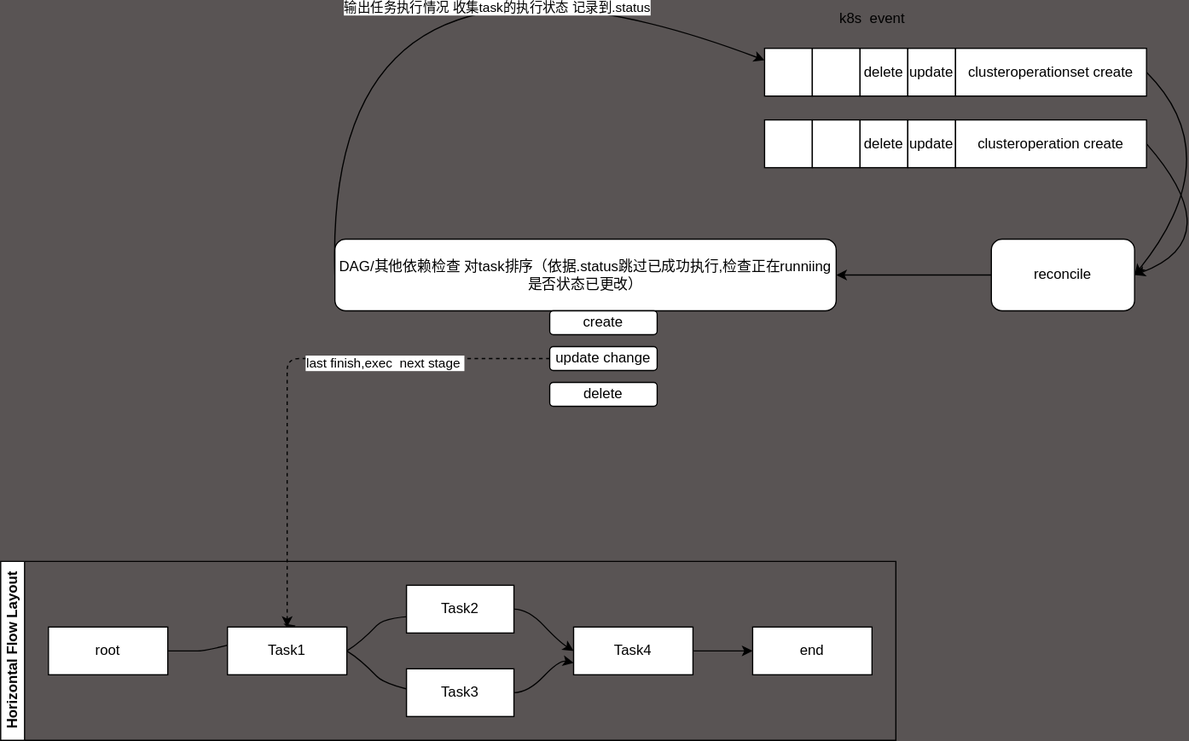
This is clusteroperationset.svg from Goend/booksite, a draw.io export, as it was before one commit. Source tidied: cells renumbered, new cells last; positions are measured from the earlier drawing's top-left corner, leaving out a move shared by most shapes.
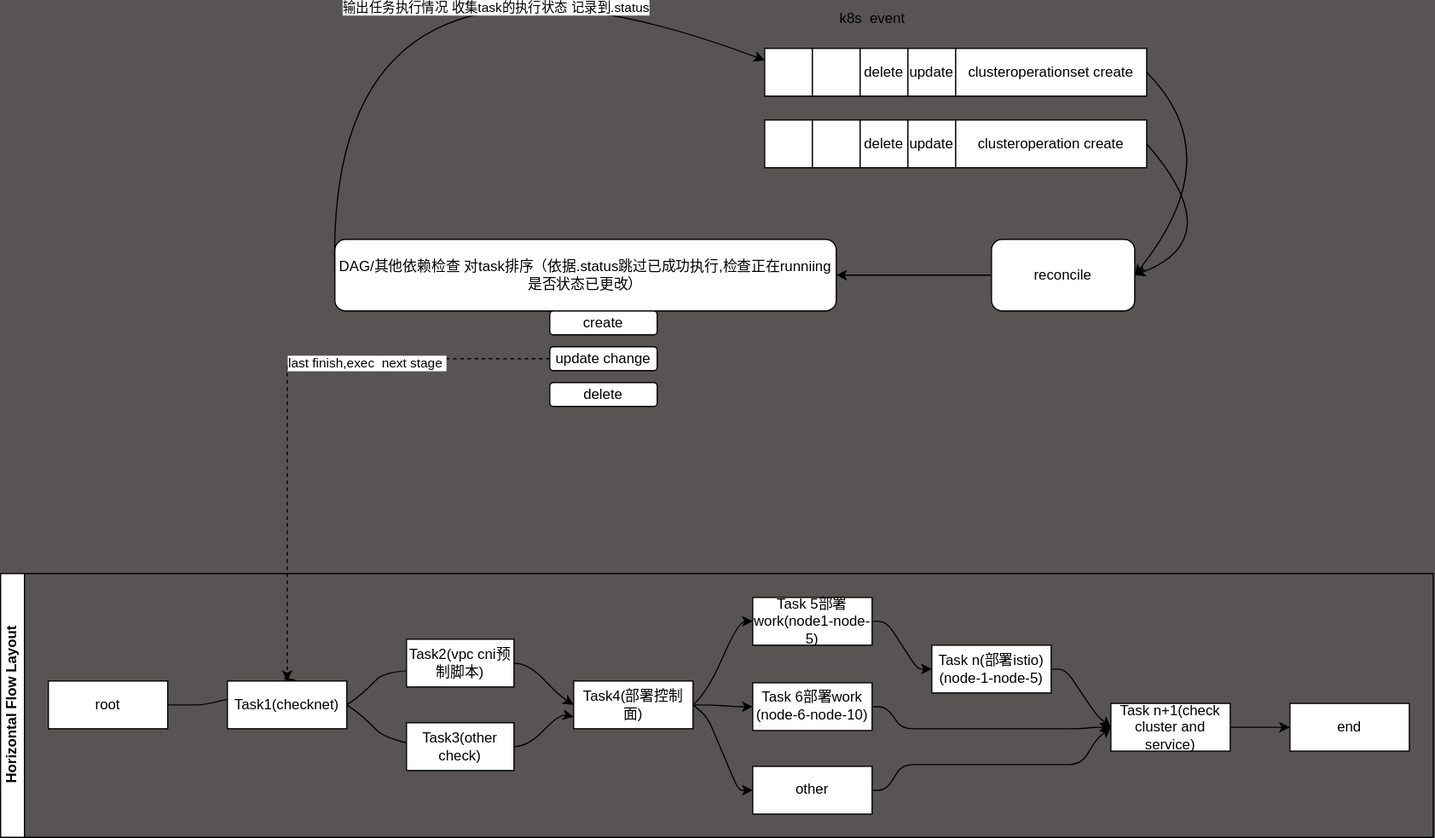
After the commit.

Commit message:
update clusteroperation design

The edit, as a diff of the source:
```diff
@@ -89,74 +89,149 @@
     <mxCell id="24" value="delete" style="rounded=1;whiteSpace=wrap;html=1;" parent="1" vertex="1">
       <mxGeometry x="460" y="410" width="90" height="20" as="geometry" />
     </mxCell>
-    <mxCell id="25" value="Horizontal Flow Layout" style="swimlane;html=1;startSize=20;horizontal=0;flowOrientation=west;interRankCellSpacing=50;containerType=tree;fontSize=12;" parent="1" vertex="1">
-      <mxGeometry y="560" width="750" height="150" as="geometry" />
+    <mxCell id="25" value="Horizontal Flow Layout" style="swimlane;html=1;startSize=20;horizontal=0;flowOrientation=west;interRankCellSpacing=50;containerType=tree;fontSize=12;rotation=0;" parent="1" vertex="1">
+      <mxGeometry y="570" width="1200" height="221" as="geometry" />
     </mxCell>
     <mxCell id="26" style="edgeStyle=none;curved=1;html=1;exitX=1;exitY=0.5;exitDx=0;exitDy=0;entryX=0.571;entryY=-0.032;entryDx=0;entryDy=0;entryPerimeter=0;noEdgeStyle=1;orthogonal=1;" parent="25" edge="1" source="27" target="30">
       <mxGeometry relative="1" as="geometry">
         <Array as="points">
-          <mxPoint x="152" y="75" />
-          <mxPoint x="178" y="75" />
+          <mxPoint x="152" y="110" />
+          <mxPoint x="178" y="110" />
         </Array>
       </mxGeometry>
     </mxCell>
     <mxCell id="27" value="root" style="whiteSpace=wrap;html=1;" parent="25" vertex="1">
-      <mxGeometry x="40" y="55" width="100" height="40" as="geometry" />
+      <mxGeometry x="40" y="90" width="100" height="40" as="geometry" />
     </mxCell>
     <mxCell id="28" style="edgeStyle=none;curved=1;html=1;exitX=1;exitY=0.5;exitDx=0;exitDy=0;entryX=1;entryY=0.75;entryDx=0;entryDy=0;noEdgeStyle=1;orthogonal=1;" parent="25" edge="1" source="30" target="32">
       <mxGeometry relative="1" as="geometry">
         <Array as="points">
-          <mxPoint x="302" y="67.5" />
-          <mxPoint x="328" y="40" />
+          <mxPoint x="302" y="102.5" />
+          <mxPoint x="328" y="75" />
         </Array>
       </mxGeometry>
     </mxCell>
     <mxCell id="29" style="edgeStyle=none;curved=1;html=1;exitX=1;exitY=0.5;exitDx=0;exitDy=0;entryX=1;entryY=0.75;entryDx=0;entryDy=0;noEdgeStyle=1;orthogonal=1;" parent="25" edge="1" source="30" target="34">
       <mxGeometry relative="1" as="geometry">
         <Array as="points">
-          <mxPoint x="302" y="82.5" />
-          <mxPoint x="328" y="110" />
+          <mxPoint x="302" y="117.5" />
+          <mxPoint x="328" y="145" />
         </Array>
       </mxGeometry>
     </mxCell>
-    <mxCell id="30" value="Task1" style="whiteSpace=wrap;html=1;" parent="25" vertex="1">
-      <mxGeometry x="190" y="55" width="100" height="40" as="geometry" />
+    <mxCell id="30" value="Task1(checknet)" style="whiteSpace=wrap;html=1;" parent="25" vertex="1">
+      <mxGeometry x="190" y="90" width="100" height="40" as="geometry" />
     </mxCell>
     <mxCell id="31" style="edgeStyle=none;curved=1;html=1;exitX=1;exitY=0.5;exitDx=0;exitDy=0;entryX=0;entryY=0.5;entryDx=0;entryDy=0;noEdgeStyle=1;orthogonal=1;" parent="25" edge="1" source="32" target="36">
       <mxGeometry relative="1" as="geometry">
         <Array as="points">
-          <mxPoint x="442" y="40" />
-          <mxPoint x="468" y="67.5" />
+          <mxPoint x="442" y="75" />
+          <mxPoint x="468" y="102.5" />
         </Array>
       </mxGeometry>
     </mxCell>
-    <mxCell id="32" value="Task2" style="whiteSpace=wrap;html=1;" parent="25" vertex="1">
-      <mxGeometry x="340" y="20" width="90" height="40" as="geometry" />
+    <mxCell id="32" value="Task2(vpc cni预制脚本)" style="whiteSpace=wrap;html=1;" parent="25" vertex="1">
+      <mxGeometry x="340" y="55" width="90" height="40" as="geometry" />
     </mxCell>
     <mxCell id="33" style="edgeStyle=none;curved=1;html=1;exitX=1;exitY=0.5;exitDx=0;exitDy=0;entryX=0;entryY=0.75;entryDx=0;entryDy=0;noEdgeStyle=1;orthogonal=1;" parent="25" edge="1" source="34" target="36">
       <mxGeometry relative="1" as="geometry">
         <Array as="points">
-          <mxPoint x="442" y="110" />
-          <mxPoint x="468" y="82.5" />
+          <mxPoint x="442" y="145" />
+          <mxPoint x="468" y="117.5" />
         </Array>
       </mxGeometry>
     </mxCell>
-    <mxCell id="34" value="Task3" style="whiteSpace=wrap;html=1;" parent="25" vertex="1">
-      <mxGeometry x="340" y="90" width="90" height="40" as="geometry" />
+    <mxCell id="34" value="Task3(other check)" style="whiteSpace=wrap;html=1;" parent="25" vertex="1">
+      <mxGeometry x="340" y="125" width="90" height="40" as="geometry" />
     </mxCell>
     <mxCell id="35" style="edgeStyle=none;curved=1;html=1;exitX=1;exitY=0.5;exitDx=0;exitDy=0;entryX=0;entryY=0.5;entryDx=0;entryDy=0;noEdgeStyle=1;orthogonal=1;" parent="25" edge="1" source="36" target="37">
       <mxGeometry relative="1" as="geometry">
         <Array as="points">
-          <mxPoint x="592" y="75" />
-          <mxPoint x="618" y="75" />
+          <mxPoint x="592" y="100" />
+          <mxPoint x="618" y="40" />
         </Array>
       </mxGeometry>
     </mxCell>
+    <mxCell id="38" style="edgeStyle=none;html=1;exitX=1;exitY=0.5;exitDx=0;exitDy=0;entryX=0;entryY=0.5;entryDx=0;entryDy=0;noEdgeStyle=1;orthogonal=1;" parent="25" edge="1" source="36" target="42">
+      <mxGeometry relative="1" as="geometry">
+        <Array as="points">
+          <mxPoint x="594" y="110" />
+          <mxPoint x="618" y="111.5" />
+        </Array>
+      </mxGeometry>
+    </mxCell>
+    <mxCell id="39" style="edgeStyle=none;html=1;exitX=1;exitY=0.5;exitDx=0;exitDy=0;entryX=0;entryY=0.5;entryDx=0;entryDy=0;noEdgeStyle=1;orthogonal=1;" parent="25" edge="1" source="36" target="44">
+      <mxGeometry relative="1" as="geometry">
+        <Array as="points">
+          <mxPoint x="592" y="120" />
+          <mxPoint x="618" y="181.5" />
+        </Array>
+      </mxGeometry>
+    </mxCell>
-    <mxCell id="36" value="Task4" style="whiteSpace=wrap;html=1;" parent="25" vertex="1">
-      <mxGeometry x="480" y="55" width="100" height="40" as="geometry" />
+    <mxCell id="36" value="Task4(部署控制面)" style="whiteSpace=wrap;html=1;" parent="25" vertex="1">
+      <mxGeometry x="480" y="90" width="100" height="40" as="geometry" />
     </mxCell>
+    <mxCell id="40" style="edgeStyle=none;html=1;exitX=1;exitY=0.5;exitDx=0;exitDy=0;entryX=0;entryY=0.5;entryDx=0;entryDy=0;noEdgeStyle=1;orthogonal=1;" parent="25" edge="1" source="37" target="46">
+      <mxGeometry relative="1" as="geometry">
+        <Array as="points">
+          <mxPoint x="742" y="40" />
+          <mxPoint x="768" y="80" />
+        </Array>
+      </mxGeometry>
+    </mxCell>
-    <mxCell id="37" value="end" style="whiteSpace=wrap;html=1;" parent="25" vertex="1">
-      <mxGeometry x="630" y="55" width="100" height="40" as="geometry" />
+    <mxCell id="37" value="Task 5部署work(node1-node-5)" style="whiteSpace=wrap;html=1;" parent="25" vertex="1">
+      <mxGeometry x="630" y="20" width="100" height="40" as="geometry" />
     </mxCell>
+    <mxCell id="41" style="edgeStyle=none;html=1;exitX=1;exitY=0.5;exitDx=0;exitDy=0;entryX=0;entryY=0.5;entryDx=0;entryDy=0;noEdgeStyle=1;orthogonal=1;" parent="25" edge="1" source="42" target="48">
+      <mxGeometry relative="1" as="geometry">
+        <Array as="points">
+          <mxPoint x="742" y="111.5" />
+          <mxPoint x="755" y="130" />
+          <mxPoint x="905" y="130" />
+          <mxPoint x="916" y="128.7" />
+        </Array>
+      </mxGeometry>
+    </mxCell>
+    <mxCell id="42" value="Task 6部署work&lt;br&gt;(node-6-node-10)" style="whiteSpace=wrap;html=1;" parent="25" vertex="1">
+      <mxGeometry x="630" y="91.5" width="100" height="40" as="geometry" />
+    </mxCell>
+    <mxCell id="43" style="edgeStyle=none;html=1;exitX=1;exitY=0.5;exitDx=0;exitDy=0;entryX=0;entryY=0.5;entryDx=0;entryDy=0;noEdgeStyle=1;orthogonal=1;" parent="25" edge="1" source="44" target="48">
+      <mxGeometry relative="1" as="geometry">
+        <Array as="points">
+          <mxPoint x="742" y="181.5" />
+          <mxPoint x="755" y="160" />
+          <mxPoint x="905" y="160" />
+          <mxPoint x="918" y="138.7" />
+        </Array>
+      </mxGeometry>
+    </mxCell>
+    <mxCell id="44" value="other" style="whiteSpace=wrap;html=1;" parent="25" vertex="1">
+      <mxGeometry x="630" y="161.5" width="100" height="40" as="geometry" />
+    </mxCell>
+    <mxCell id="45" style="edgeStyle=none;html=1;exitX=1;exitY=0.5;exitDx=0;exitDy=0;entryX=0;entryY=0.5;entryDx=0;entryDy=0;noEdgeStyle=1;orthogonal=1;" parent="25" edge="1" source="46" target="48">
+      <mxGeometry relative="1" as="geometry">
+        <Array as="points">
+          <mxPoint x="892" y="80" />
+          <mxPoint x="918" y="118.7" />
+        </Array>
+      </mxGeometry>
+    </mxCell>
+    <mxCell id="46" value="Task n(部署istio)(node-1-node-5)" style="whiteSpace=wrap;html=1;" parent="25" vertex="1">
+      <mxGeometry x="780" y="60" width="100" height="40" as="geometry" />
+    </mxCell>
+    <mxCell id="47" style="edgeStyle=none;html=1;exitX=1;exitY=0.5;exitDx=0;exitDy=0;entryX=0;entryY=0.5;entryDx=0;entryDy=0;noEdgeStyle=1;orthogonal=1;" parent="25" edge="1" source="48" target="49">
+      <mxGeometry relative="1" as="geometry">
+        <Array as="points">
+          <mxPoint x="1042" y="128.7" />
+          <mxPoint x="1068" y="128.7" />
+        </Array>
+      </mxGeometry>
+    </mxCell>
+    <mxCell id="48" value="Task n+1(check cluster and service)" style="whiteSpace=wrap;html=1;" parent="25" vertex="1">
+      <mxGeometry x="930" y="108.7" width="100" height="40" as="geometry" />
+    </mxCell>
+    <mxCell id="49" value="end" style="whiteSpace=wrap;html=1;" parent="25" vertex="1">
+      <mxGeometry x="1080" y="108.7" width="100" height="40" as="geometry" />
+    </mxCell>
   </root>
 </mxGraphModel>
```
